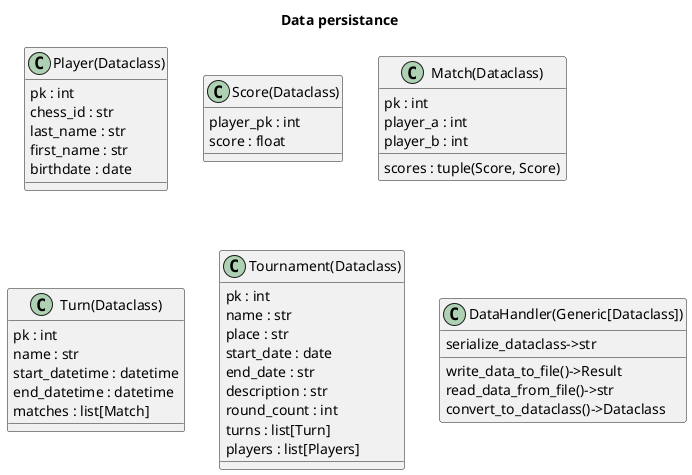
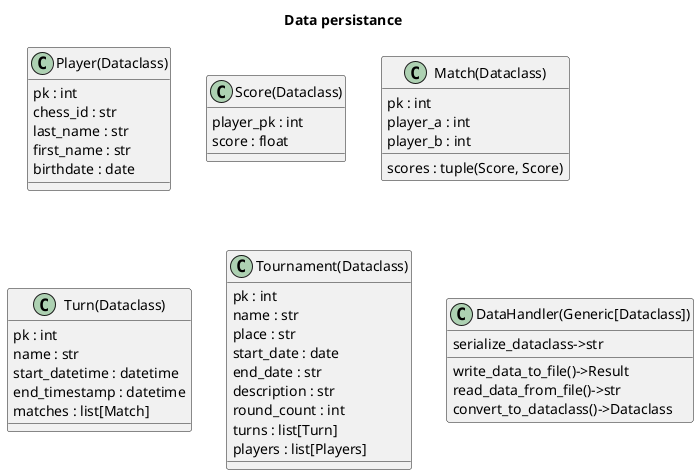
@startuml data_persistance
title Data persistance

class Player(Dataclass){
    pk : int
    chess_id : str
    last_name : str
    first_name : str
    birthdate : date
}

class Score(Dataclass){
    player_pk : int
    score : float
}

class Match(Dataclass){
    pk : int
    player_a : int
    player_b : int
    scores : tuple(Score, Score)
}

class Turn(Dataclass) {
    pk : int
    name : str
    start_datetime : datetime
-     end_datetime : datetime
+     end_timestamp : datetime
    matches : list[Match]
}

class Tournament(Dataclass){
    pk : int
    name : str
    place : str
    start_date : date
    end_date : str
    description : str
    round_count : int
    turns : list[Turn]
    players : list[Players]
}

class DataHandler(Generic[Dataclass]){
    write_data_to_file()->Result
    read_data_from_file()->str
    convert_to_dataclass()->Dataclass
    serialize_dataclass->str
}
@enduml
